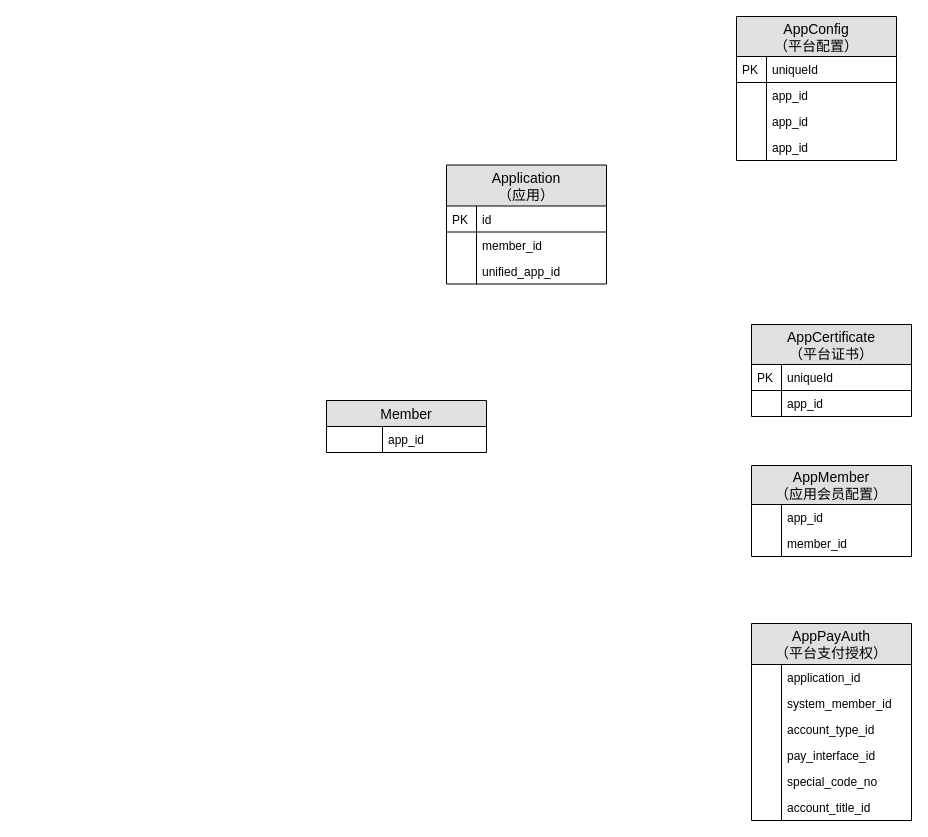
This is page "application" (2 of 3) of xc-account/design/account/xc-account-db-ER.drawio from waterStone528/job, a draw.io file, before an edit. Source tidied: cells renumbered, new cells numbered last; positions are measured from the earlier drawing's top-left corner, leaving out a move shared by most shapes. Both pictures are drawn from the tidied source at 100%, with x=0, y=0 at pixel (326, 16).
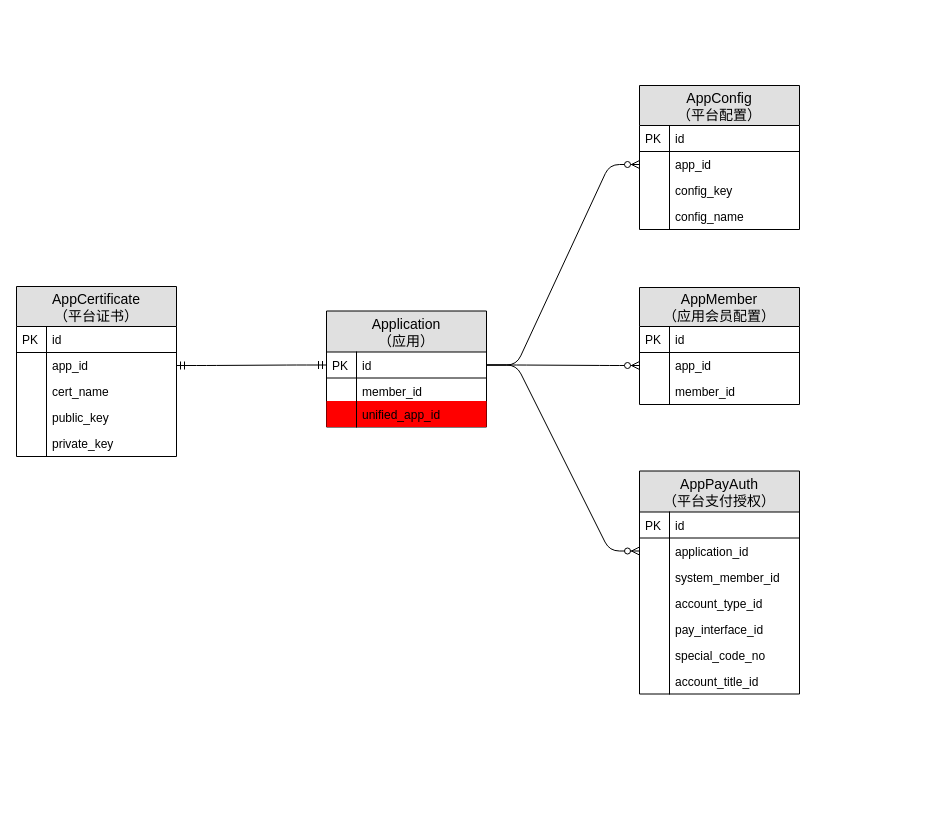
The same diagram, later.

The change refers to these unchanged cells:
```xml
<mxCell id="3" value="id" style="shape=partialRectangle;top=0;left=0;right=0;bottom=1;align=left;verticalAlign=top;fillColor=none;spacingLeft=34;spacingRight=4;overflow=hidden;points=[[0,0.5],[1,0.5]];portConstraint=eastwest;fontSize=12;" parent="2" vertex="1">
  <mxGeometry y="41" width="160" height="26" as="geometry" />
</mxCell>
<mxCell id="12" value="app_id" style="shape=partialRectangle;top=0;left=0;right=0;bottom=0;align=left;verticalAlign=top;fillColor=none;spacingLeft=34;spacingRight=4;overflow=hidden;points=[[0,0.5],[1,0.5]];portConstraint=eastwest;fontSize=12;" parent="9" vertex="1">
  <mxGeometry y="66" width="160" height="26" as="geometry" />
</mxCell>
<mxCell id="17" value="app_id" style="shape=partialRectangle;top=0;left=0;right=0;bottom=0;align=left;verticalAlign=top;fillColor=none;spacingLeft=34;spacingRight=4;overflow=hidden;points=[[0,0.5],[1,0.5]];portConstraint=eastwest;fontSize=12;" parent="14" vertex="1">
  <mxGeometry y="66" width="160" height="26" as="geometry" />
</mxCell>
```

Diff of the diagram source:
```diff
@@
     <mxCell id="2" value="Application&#10;（应用）" style="swimlane;fontStyle=0;horizontal=1;startSize=41;fillColor=#e0e0e0;swimlaneFillColor=#ffffff;align=center;fontSize=14;" parent="1" vertex="1">
-      <mxGeometry x="120" y="148.5" width="160" height="119" as="geometry" />
+      <mxGeometry y="294.5" width="160" height="116" as="geometry" />
     </mxCell>
@@
     <mxCell id="5" value="member_id" style="shape=partialRectangle;top=0;left=0;right=0;bottom=0;align=left;verticalAlign=top;fillColor=none;spacingLeft=34;spacingRight=4;overflow=hidden;fontSize=12;" parent="2" vertex="1">
-      <mxGeometry y="67" width="160" height="26" as="geometry" />
+      <mxGeometry y="67" width="160" height="23" as="geometry" />
     </mxCell>
     <mxCell id="6" style="shape=partialRectangle;top=0;left=0;bottom=0;fillColor=none;align=left;verticalAlign=top;spacingLeft=4;spacingRight=4;overflow=hidden;fontSize=12;" parent="5" vertex="1">
-      <mxGeometry width="30" height="26" as="geometry" />
+      <mxGeometry width="30" height="23" as="geometry" />
     </mxCell>
-    <mxCell id="7" value="unified_app_id" style="shape=partialRectangle;top=0;left=0;right=0;bottom=0;align=left;verticalAlign=top;fillColor=none;spacingLeft=34;spacingRight=4;overflow=hidden;fontSize=12;" parent="2" vertex="1">
-      <mxGeometry y="93" width="160" height="26" as="geometry" />
+    <mxCell id="7" value="unified_app_id" style="shape=partialRectangle;top=0;left=0;right=0;bottom=0;align=left;verticalAlign=top;fillColor=#FF0000;spacingLeft=34;spacingRight=4;overflow=hidden;fontSize=12;" parent="2" vertex="1">
+      <mxGeometry y="90" width="160" height="26" as="geometry" />
     </mxCell>
@@
-    <mxCell id="9" value="AppCertificate&#10;（平台证书）" style="swimlane;fontStyle=0;horizontal=1;startSize=40;fillColor=#e0e0e0;swimlaneFillColor=#ffffff;align=center;fontSize=14;" parent="1" vertex="1">
-      <mxGeometry x="425" y="308" width="160" height="92" as="geometry" />
+    <mxCell id="9" value="AppConfig&#10;（平台配置）" style="swimlane;fontStyle=0;horizontal=1;startSize=40;fillColor=#e0e0e0;swimlaneFillColor=#ffffff;align=center;fontSize=14;" parent="1" vertex="1">
+      <mxGeometry x="313" y="69" width="160" height="144" as="geometry" />
     </mxCell>
-    <mxCell id="10" value="uniqueId" style="shape=partialRectangle;top=0;left=0;right=0;bottom=1;align=left;verticalAlign=top;fillColor=none;spacingLeft=34;spacingRight=4;overflow=hidden;fontSize=12;" parent="9" vertex="1">
+    <mxCell id="10" value="id" style="shape=partialRectangle;top=0;left=0;right=0;bottom=1;align=left;verticalAlign=top;fillColor=none;spacingLeft=34;spacingRight=4;overflow=hidden;fontSize=12;" parent="9" vertex="1">
       <mxGeometry y="40" width="160" height="26" as="geometry" />
     </mxCell>
@@
+    <mxCell id="44" value="config_key" style="shape=partialRectangle;top=0;left=0;right=0;bottom=0;align=left;verticalAlign=top;fillColor=none;spacingLeft=34;spacingRight=4;overflow=hidden;fontSize=12;" parent="9" vertex="1">
+      <mxGeometry y="92" width="160" height="26" as="geometry" />
+    </mxCell>
+    <mxCell id="45" style="shape=partialRectangle;top=0;left=0;bottom=0;fillColor=none;align=left;verticalAlign=top;spacingLeft=4;spacingRight=4;overflow=hidden;fontSize=12;" parent="44" vertex="1">
+      <mxGeometry width="30" height="26" as="geometry" />
+    </mxCell>
+    <mxCell id="46" value="config_name" style="shape=partialRectangle;top=0;left=0;right=0;bottom=0;align=left;verticalAlign=top;fillColor=none;spacingLeft=34;spacingRight=4;overflow=hidden;fontSize=12;" parent="9" vertex="1">
+      <mxGeometry y="118" width="160" height="26" as="geometry" />
+    </mxCell>
+    <mxCell id="47" style="shape=partialRectangle;top=0;left=0;bottom=0;fillColor=none;align=left;verticalAlign=top;spacingLeft=4;spacingRight=4;overflow=hidden;fontSize=12;" parent="46" vertex="1">
+      <mxGeometry width="30" height="26" as="geometry" />
+    </mxCell>
-    <mxCell id="14" value="AppConfig&#10;（平台配置）" style="swimlane;fontStyle=0;horizontal=1;startSize=40;fillColor=#e0e0e0;swimlaneFillColor=#ffffff;align=center;fontSize=14;" parent="1" vertex="1">
-      <mxGeometry x="410" width="160" height="144" as="geometry" />
+    <mxCell id="14" value="AppCertificate&#10;（平台证书）" style="swimlane;fontStyle=0;horizontal=1;startSize=40;fillColor=#e0e0e0;swimlaneFillColor=#ffffff;align=center;fontSize=14;" parent="1" vertex="1">
+      <mxGeometry x="-310" y="270" width="160" height="170" as="geometry" />
     </mxCell>
-    <mxCell id="15" value="uniqueId" style="shape=partialRectangle;top=0;left=0;right=0;bottom=1;align=left;verticalAlign=top;fillColor=none;spacingLeft=34;spacingRight=4;overflow=hidden;fontSize=12;" parent="14" vertex="1">
+    <mxCell id="15" value="id" style="shape=partialRectangle;top=0;left=0;right=0;bottom=1;align=left;verticalAlign=top;fillColor=none;spacingLeft=34;spacingRight=4;overflow=hidden;fontSize=12;" parent="14" vertex="1">
       <mxGeometry y="40" width="160" height="26" as="geometry" />
     </mxCell>
@@
+    <mxCell id="48" value="cert_name" style="shape=partialRectangle;top=0;left=0;right=0;bottom=0;align=left;verticalAlign=top;fillColor=none;spacingLeft=34;spacingRight=4;overflow=hidden;fontSize=12;" parent="14" vertex="1">
+      <mxGeometry y="92" width="160" height="26" as="geometry" />
+    </mxCell>
+    <mxCell id="49" style="shape=partialRectangle;top=0;left=0;bottom=0;fillColor=none;align=left;verticalAlign=top;spacingLeft=4;spacingRight=4;overflow=hidden;fontSize=12;" parent="48" vertex="1">
+      <mxGeometry width="30" height="26" as="geometry" />
+    </mxCell>
-    <mxCell id="19" value="app_id" style="shape=partialRectangle;top=0;left=0;right=0;bottom=0;align=left;verticalAlign=top;fillColor=none;spacingLeft=34;spacingRight=4;overflow=hidden;fontSize=12;" parent="14" vertex="1">
-      <mxGeometry y="92" width="160" height="26" as="geometry" />
+    <mxCell id="19" value="public_key" style="shape=partialRectangle;top=0;left=0;right=0;bottom=0;align=left;verticalAlign=top;fillColor=none;spacingLeft=34;spacingRight=4;overflow=hidden;fontSize=12;" parent="14" vertex="1">
+      <mxGeometry y="118" width="160" height="26" as="geometry" />
     </mxCell>
@@
-    <mxCell id="21" value="app_id" style="shape=partialRectangle;top=0;left=0;right=0;bottom=0;align=left;verticalAlign=top;fillColor=none;spacingLeft=34;spacingRight=4;overflow=hidden;fontSize=12;" parent="14" vertex="1">
-      <mxGeometry y="118" width="160" height="26" as="geometry" />
+    <mxCell id="21" value="private_key" style="shape=partialRectangle;top=0;left=0;right=0;bottom=0;align=left;verticalAlign=top;fillColor=none;spacingLeft=34;spacingRight=4;overflow=hidden;fontSize=12;" parent="14" vertex="1">
+      <mxGeometry y="144" width="160" height="26" as="geometry" />
     </mxCell>
@@
     <mxCell id="23" value="AppMember&#10;（应用会员配置）" style="swimlane;fontStyle=0;horizontal=1;startSize=39;fillColor=#e0e0e0;swimlaneFillColor=#ffffff;align=center;fontSize=14;" parent="1" vertex="1">
-      <mxGeometry x="425" y="449" width="160" height="91" as="geometry" />
+      <mxGeometry x="313" y="271" width="160" height="117" as="geometry" />
     </mxCell>
+    <mxCell id="50" value="id" style="shape=partialRectangle;top=0;left=0;right=0;bottom=1;align=left;verticalAlign=top;fillColor=none;spacingLeft=34;spacingRight=4;overflow=hidden;fontSize=12;" parent="23" vertex="1">
+      <mxGeometry y="39" width="160" height="26" as="geometry" />
+    </mxCell>
+    <mxCell id="51" value="PK" style="shape=partialRectangle;top=0;left=0;bottom=0;fillColor=none;align=left;verticalAlign=top;spacingLeft=4;spacingRight=4;overflow=hidden;fontSize=12;" parent="50" vertex="1">
+      <mxGeometry width="30" height="26" as="geometry" />
+    </mxCell>
     <mxCell id="24" value="app_id" style="shape=partialRectangle;top=0;left=0;right=0;bottom=0;align=left;verticalAlign=top;fillColor=none;spacingLeft=34;spacingRight=4;overflow=hidden;points=[[0,0.5],[1,0.5]];portConstraint=eastwest;fontSize=12;" parent="23" vertex="1">
-      <mxGeometry y="39" width="160" height="26" as="geometry" />
+      <mxGeometry y="65" width="160" height="26" as="geometry" />
     </mxCell>
@@
     <mxCell id="26" value="member_id" style="shape=partialRectangle;top=0;left=0;right=0;bottom=0;align=left;verticalAlign=top;fillColor=none;spacingLeft=34;spacingRight=4;overflow=hidden;fontSize=12;" parent="23" vertex="1">
-      <mxGeometry y="65" width="160" height="26" as="geometry" />
+      <mxGeometry y="91" width="160" height="26" as="geometry" />
     </mxCell>
@@
     <mxCell id="28" value="AppPayAuth&#10;（平台支付授权）" style="swimlane;fontStyle=0;horizontal=1;startSize=41;fillColor=#e0e0e0;swimlaneFillColor=#ffffff;align=center;fontSize=14;" parent="1" vertex="1">
-      <mxGeometry x="425" y="607" width="160" height="197" as="geometry" />
+      <mxGeometry x="313" y="454.5" width="160" height="223" as="geometry" />
     </mxCell>
+    <mxCell id="52" value="id" style="shape=partialRectangle;top=0;left=0;right=0;bottom=1;align=left;verticalAlign=top;fillColor=none;spacingLeft=34;spacingRight=4;overflow=hidden;fontSize=12;" parent="28" vertex="1">
+      <mxGeometry y="41" width="160" height="26" as="geometry" />
+    </mxCell>
+    <mxCell id="53" value="PK" style="shape=partialRectangle;top=0;left=0;bottom=0;fillColor=none;align=left;verticalAlign=top;spacingLeft=4;spacingRight=4;overflow=hidden;fontSize=12;" parent="52" vertex="1">
+      <mxGeometry width="30" height="26" as="geometry" />
+    </mxCell>
     <mxCell id="29" value="application_id" style="shape=partialRectangle;top=0;left=0;right=0;bottom=0;align=left;verticalAlign=top;fillColor=none;spacingLeft=34;spacingRight=4;overflow=hidden;points=[[0,0.5],[1,0.5]];portConstraint=eastwest;fontSize=12;" parent="28" vertex="1">
-      <mxGeometry y="41" width="160" height="26" as="geometry" />
+      <mxGeometry y="67" width="160" height="26" as="geometry" />
     </mxCell>
@@
     <mxCell id="31" value="system_member_id" style="shape=partialRectangle;top=0;left=0;right=0;bottom=0;align=left;verticalAlign=top;fillColor=none;spacingLeft=34;spacingRight=4;overflow=hidden;fontSize=12;" parent="28" vertex="1">
-      <mxGeometry y="67" width="160" height="26" as="geometry" />
+      <mxGeometry y="93" width="160" height="26" as="geometry" />
     </mxCell>
@@
     <mxCell id="33" value="account_type_id" style="shape=partialRectangle;top=0;left=0;right=0;bottom=0;align=left;verticalAlign=top;fillColor=none;spacingLeft=34;spacingRight=4;overflow=hidden;fontSize=12;" parent="28" vertex="1">
-      <mxGeometry y="93" width="160" height="26" as="geometry" />
+      <mxGeometry y="119" width="160" height="26" as="geometry" />
     </mxCell>
@@
     <mxCell id="35" value="pay_interface_id" style="shape=partialRectangle;top=0;left=0;right=0;bottom=0;align=left;verticalAlign=top;fillColor=none;spacingLeft=34;spacingRight=4;overflow=hidden;fontSize=12;" parent="28" vertex="1">
-      <mxGeometry y="119" width="160" height="26" as="geometry" />
+      <mxGeometry y="145" width="160" height="26" as="geometry" />
     </mxCell>
@@
     <mxCell id="37" value="special_code_no" style="shape=partialRectangle;top=0;left=0;right=0;bottom=0;align=left;verticalAlign=top;fillColor=none;spacingLeft=34;spacingRight=4;overflow=hidden;fontSize=12;" parent="28" vertex="1">
-      <mxGeometry y="145" width="160" height="26" as="geometry" />
+      <mxGeometry y="171" width="160" height="26" as="geometry" />
     </mxCell>
@@
     <mxCell id="39" value="account_title_id" style="shape=partialRectangle;top=0;left=0;right=0;bottom=0;align=left;verticalAlign=top;fillColor=none;spacingLeft=34;spacingRight=4;overflow=hidden;fontSize=12;" parent="28" vertex="1">
-      <mxGeometry y="171" width="160" height="26" as="geometry" />
+      <mxGeometry y="197" width="160" height="26" as="geometry" />
     </mxCell>
@@
-    <mxCell id="41" value="Member" style="swimlane;fontStyle=0;horizontal=1;startSize=26;fillColor=#e0e0e0;swimlaneFillColor=#ffffff;align=center;fontSize=14;" parent="1" vertex="1">
-      <mxGeometry y="384" width="160" height="52" as="geometry" />
-    </mxCell>
-    <mxCell id="42" value="app_id" style="shape=partialRectangle;top=0;left=0;right=0;bottom=0;align=left;verticalAlign=top;fillColor=none;spacingLeft=60;spacingRight=4;overflow=hidden;fontSize=12;" parent="41" vertex="1">
-      <mxGeometry y="26" width="160" height="26" as="geometry" />
-    </mxCell>
-    <mxCell id="43" style="shape=partialRectangle;fontStyle=1;top=0;left=0;bottom=0;fillColor=none;align=left;verticalAlign=top;spacingLeft=4;spacingRight=4;overflow=hidden;fontSize=12;" parent="42" vertex="1">
-      <mxGeometry width="56" height="26" as="geometry" />
-    </mxCell>
+    <mxCell id="54" style="edgeStyle=entityRelationEdgeStyle;fontSize=12;html=1;endArrow=ERmandOne;startArrow=ERmandOne;exitX=1;exitY=0.5;exitDx=0;exitDy=0;entryX=0;entryY=0.5;entryDx=0;entryDy=0;" parent="1" edge="1" source="17" target="3">
+      <mxGeometry relative="1" as="geometry" />
+    </mxCell>
+    <mxCell id="55" style="edgeStyle=entityRelationEdgeStyle;fontSize=12;html=1;endArrow=ERzeroToMany;endFill=1;exitX=1;exitY=0.5;exitDx=0;exitDy=0;entryX=0;entryY=0.5;entryDx=0;entryDy=0;" parent="1" edge="1" source="3" target="12">
+      <mxGeometry relative="1" as="geometry" />
+    </mxCell>
+    <mxCell id="56" style="edgeStyle=entityRelationEdgeStyle;fontSize=12;html=1;endArrow=ERzeroToMany;endFill=1;entryX=0;entryY=0.5;entryDx=0;entryDy=0;exitX=1;exitY=0.5;exitDx=0;exitDy=0;" parent="1" edge="1" source="3" target="24">
+      <mxGeometry relative="1" as="geometry" />
+    </mxCell>
+    <mxCell id="57" style="edgeStyle=entityRelationEdgeStyle;fontSize=12;html=1;endArrow=ERzeroToMany;endFill=1;exitX=1;exitY=0.5;exitDx=0;exitDy=0;entryX=0;entryY=0.5;entryDx=0;entryDy=0;" parent="1" edge="1" source="3" target="29">
+      <mxGeometry relative="1" as="geometry" />
+    </mxCell>
```
